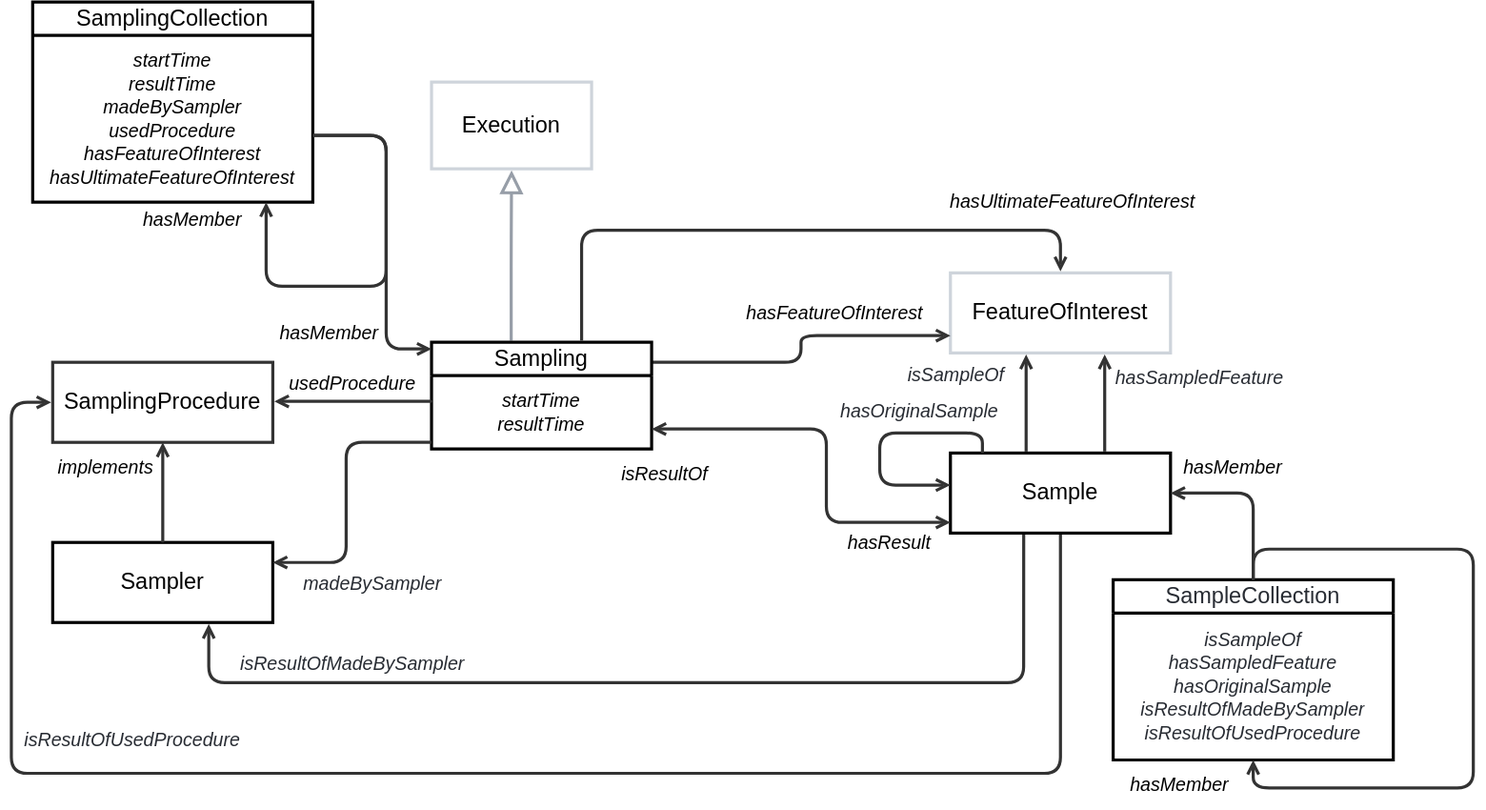
The draw.io diagram ssn/images/Sampling.svg in afeliachi/sdw-sosa-ssn, before a commit. Source tidied: cells renumbered, new cells last; positions are measured from the earlier drawing's top-left corner, leaving out a move shared by most shapes.
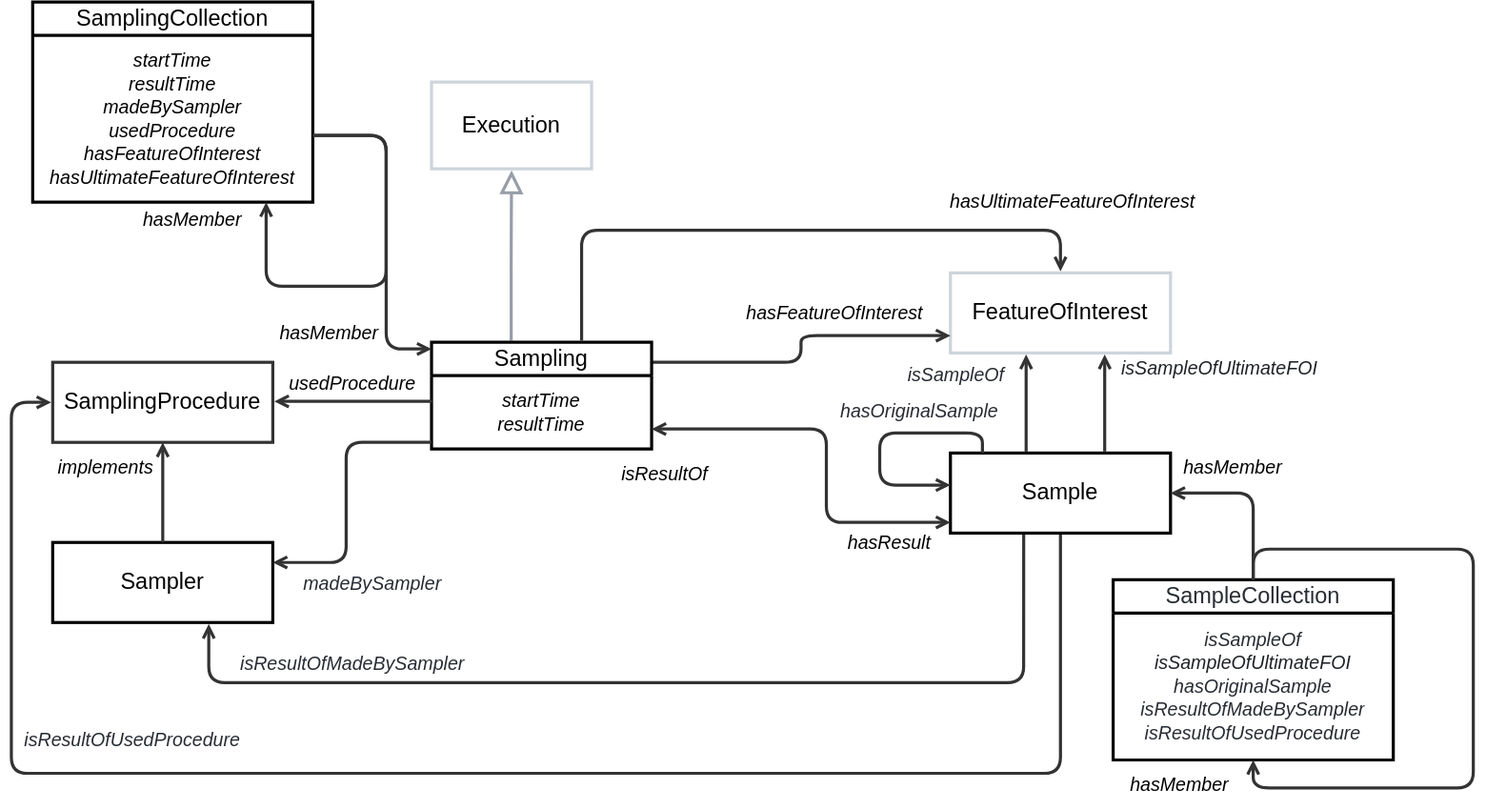
The same diagram one commit later.

Commit message:
hasSampledFeature --> isSampleOfUltimateFOI

What changed in the source:
```diff
@@ -92,8 +92,8 @@
         </Array>
       </mxGeometry>
     </mxCell>
-    <mxCell id="22" value="hasSampledFeature" style="html=1;overflow=block;blockSpacing=1;whiteSpace=wrap;fontSize=14;fontColor=#282c33;fontStyle=2;align=center;spacing=0;strokeColor=none;strokeOpacity=100;fillOpacity=100;fillColor=none;strokeWidth=2.3;lucidId=bdphtixPStBG;" parent="1" vertex="1">
-      <mxGeometry x="811" y="263" width="160" height="37" as="geometry" />
+    <mxCell id="22" value="&lt;span style=&quot;color: rgb(31, 35, 40); text-align: start; white-space-collapse: break-spaces;&quot;&gt;&lt;font face=&quot;Helvetica&quot;&gt;isSampleOfUltimateFOI&lt;/font&gt;&lt;/span&gt;" style="html=1;overflow=block;blockSpacing=1;whiteSpace=wrap;fontSize=14;fontColor=#282c33;fontStyle=2;align=center;spacing=0;strokeColor=none;strokeOpacity=100;fillOpacity=100;fillColor=none;strokeWidth=2.3;lucidId=bdphtixPStBG;" parent="1" vertex="1">
+      <mxGeometry x="826" y="256" width="160" height="37" as="geometry" />
     </mxCell>
     <mxCell id="23" style="html=1;jettySize=18;whiteSpace=wrap;fontSize=13;strokeColor=#333333;strokeOpacity=100;strokeWidth=2.3;rounded=1;arcSize=24;edgeStyle=orthogonalEdgeStyle;startArrow=none;endArrow=open;exitX=0.701;exitY=-0.019;exitPerimeter=0;entryX=0.701;entryY=1.019;entryPerimeter=0;lucidId=vephV5fb45b.;" parent="1" edge="1" source="15" target="3">
       <mxGeometry relative="1" as="geometry" />
@@ -133,7 +133,7 @@
     <mxCell id="31" value="SampleCollection" style="html=1;overflow=block;blockSpacing=1;swimlane;horizontal=1;fontStyle=0;swimlaneFillColor=#ffffff;startSize=25;whiteSpace=wrap;fontSize=16.8;fontColor=#282c33;align=center;spacing=0;strokeOpacity=100;fillOpacity=100;fillColor=#ffffff;strokeWidth=2.3;" parent="1" vertex="1">
       <mxGeometry x="826" y="433" width="210" height="135" as="geometry" />
     </mxCell>
-    <mxCell id="32" value="&lt;div style=&quot;display: flex; justify-content: center; text-align: center; align-items: baseline; line-height: 1.25; margin-top: -2px;&quot;&gt;&lt;span style=&quot;color: rgb(40, 44, 51); font-style: italic;&quot;&gt;&lt;font style=&quot;font-size: 14px;&quot;&gt;isSampleOf&lt;br&gt;&lt;/font&gt;&lt;/span&gt;&lt;/div&gt;&lt;div style=&quot;display: flex; justify-content: center; text-align: center; align-items: baseline; line-height: 1.25; margin-top: -2px;&quot;&gt;&lt;span&gt;&lt;span style=&quot;color: rgb(40, 44, 51); font-style: italic;&quot;&gt;&lt;font style=&quot;font-size: 14px;&quot;&gt;hasSampledFeature&lt;br&gt;&lt;/font&gt;&lt;/span&gt;&lt;/span&gt;&lt;/div&gt;&lt;div style=&quot;display: flex; justify-content: center; text-align: center; align-items: baseline; line-height: 1.25; margin-top: -2px;&quot;&gt;&lt;span&gt;&lt;span style=&quot;color: rgb(40, 44, 51); font-style: italic;&quot;&gt;&lt;font style=&quot;font-size: 14px;&quot;&gt;hasOriginalSample&lt;br&gt;&lt;/font&gt;&lt;/span&gt;&lt;/span&gt;&lt;/div&gt;&lt;div style=&quot;display: flex; justify-content: center; text-align: center; align-items: baseline; line-height: 1.25; margin-top: -2px;&quot;&gt;&lt;span&gt;&lt;span style=&quot;color: rgb(40, 44, 51); font-style: italic;&quot;&gt;&lt;font style=&quot;font-size: 14px;&quot;&gt;isResultOfMadeBySampler&lt;br&gt;&lt;/font&gt;&lt;/span&gt;&lt;/span&gt;&lt;/div&gt;&lt;div style=&quot;display: flex; justify-content: center; text-align: center; align-items: baseline; line-height: 1.25; margin-top: -2px;&quot;&gt;&lt;span style=&quot;color: rgb(40, 44, 51); font-style: italic;&quot;&gt;&lt;font style=&quot;font-size: 14px;&quot;&gt;isResultOfUsedProcedure&lt;/font&gt;&lt;/span&gt;&lt;/div&gt;" style="html=1;strokeColor=none;fillColor=none;verticalAlign=middle;spacingLeft=4;spacingRight=4;overflow=hidden;points=[[0,0.5],[1,0.5]];portConstraint=eastwest;swimlaneFillColor=#ffffff;strokeOpacity=100;fillOpacity=100;whiteSpace=wrap;fontSize=15.2;fontColor=#282c33;fontStyle=2;align=center;" parent="31" vertex="1">
+    <mxCell id="32" value="&lt;div style=&quot;display: flex; justify-content: center; text-align: center; align-items: baseline; line-height: 1.25; margin-top: -2px;&quot;&gt;&lt;span style=&quot;color: rgb(40, 44, 51); font-style: italic;&quot;&gt;&lt;font style=&quot;font-size: 14px;&quot;&gt;isSampleOf&lt;br&gt;&lt;/font&gt;&lt;/span&gt;&lt;/div&gt;&lt;div style=&quot;display: flex; justify-content: center; text-align: center; align-items: baseline; line-height: 1.25; margin-top: -2px;&quot;&gt;&lt;span&gt;&lt;span style=&quot;color: rgb(40, 44, 51);&quot;&gt;&lt;font face=&quot;Helvetica&quot; style=&quot;font-size: 14px;&quot;&gt;&lt;span style=&quot;color: rgb(31, 35, 40); text-align: start; white-space-collapse: break-spaces;&quot;&gt;isSampleOfUltimateFOI&lt;/span&gt;&lt;/font&gt;&lt;/span&gt;&lt;/span&gt;&lt;/div&gt;&lt;div style=&quot;display: flex; justify-content: center; text-align: center; align-items: baseline; line-height: 1.25; margin-top: -2px;&quot;&gt;&lt;span&gt;&lt;span style=&quot;color: rgb(40, 44, 51); font-style: italic;&quot;&gt;&lt;font style=&quot;font-size: 14px;&quot;&gt;hasOriginalSample&lt;br&gt;&lt;/font&gt;&lt;/span&gt;&lt;/span&gt;&lt;/div&gt;&lt;div style=&quot;display: flex; justify-content: center; text-align: center; align-items: baseline; line-height: 1.25; margin-top: -2px;&quot;&gt;&lt;span&gt;&lt;span style=&quot;color: rgb(40, 44, 51); font-style: italic;&quot;&gt;&lt;font style=&quot;font-size: 14px;&quot;&gt;isResultOfMadeBySampler&lt;br&gt;&lt;/font&gt;&lt;/span&gt;&lt;/span&gt;&lt;/div&gt;&lt;div style=&quot;display: flex; justify-content: center; text-align: center; align-items: baseline; line-height: 1.25; margin-top: -2px;&quot;&gt;&lt;span style=&quot;color: rgb(40, 44, 51); font-style: italic;&quot;&gt;&lt;font style=&quot;font-size: 14px;&quot;&gt;isResultOfUsedProcedure&lt;/font&gt;&lt;/span&gt;&lt;/div&gt;" style="html=1;strokeColor=none;fillColor=none;verticalAlign=middle;spacingLeft=4;spacingRight=4;overflow=hidden;points=[[0,0.5],[1,0.5]];portConstraint=eastwest;swimlaneFillColor=#ffffff;strokeOpacity=100;fillOpacity=100;whiteSpace=wrap;fontSize=15.2;fontColor=#282c33;fontStyle=2;align=center;" parent="31" vertex="1">
       <mxGeometry y="25" width="210" height="110" as="geometry" />
     </mxCell>
     <mxCell id="33" style="html=1;jettySize=18;whiteSpace=wrap;fontSize=13;strokeColor=#333333;strokeOpacity=100;strokeWidth=2.3;rounded=1;arcSize=24;edgeStyle=orthogonalEdgeStyle;startArrow=none;endArrow=open;lucidId=3Rwiahdr9pgf;" parent="31" edge="1" source="31" target="32">
```
